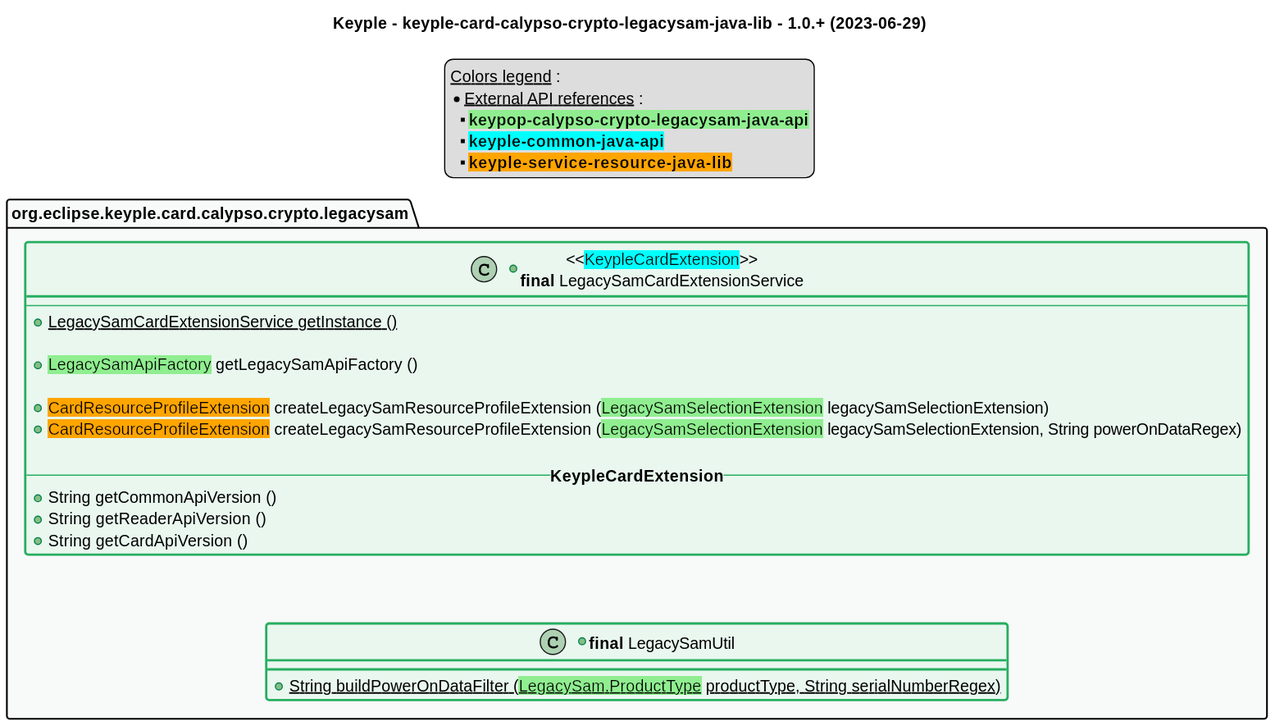
Before: src/main/uml/api_class_diagram.svg, a diagram exported from PlantUML (eclipse-keyple/keyple-card-calypso-crypto-legacysam-java-lib). The source it was exported from:
```plantuml
@startuml
title
    Keyple - keyple-card-calypso-crypto-legacysam-java-lib - 1.0.+ (2023-06-29)
end title


!define C_GREY1 F8F9F9
!define C_GREY2 F2F3F4
!define C_GREY3 E5E7E9
!define C_GREY4 D7DBDD
!define C_GREY5 CACFD2
!define C_GREY6 BDC3C7
!define C_LINK 3498DB
!define C_USE 27AE60

skinparam stereotypeABorderColor #A9DCDF
skinparam stereotypeIBorderColor #B4A7E5
skinparam stereotypeCBorderColor #ADD1B2
skinparam stereotypeEBorderColor #EB93DF

skinparam ClassBorderThickness 2
skinparam ArrowThickness 2

skinparam ClassBackgroundColor #FEFECE
skinparam ClassBorderColor #D4AC0D
skinparam ClassBackgroundColor<<red>> #FDEDEC
skinparam ClassBorderColor<<red>> #E74C3C
hide <<red>> stereotype
skinparam ClassBackgroundColor<<purple>> #F4ECF7
skinparam ClassBorderColor<<purple>> #8E44AD
hide <<purple>> stereotype
skinparam ClassBackgroundColor<<blue>> #EBF5FB
skinparam ClassBorderColor<<blue>> #3498DB
hide <<blue>> stereotype
skinparam ClassBackgroundColor<<green>> #E9F7EF
skinparam ClassBorderColor<<green>> #27AE60
hide <<green>> stereotype
skinparam ClassBackgroundColor<<grey>> #EAECEE
skinparam ClassBorderColor<<grey>> #2C3E50
hide <<grey>> stereotype


legend top
    __Colors legend__ :
    * __External API references__ :
    ** <back:lightgreen>**keypop-calypso-crypto-legacysam-java-api**</back>
    ** <back:cyan>**keyple-common-java-api**</back>
    ** <back:orange>**keyple-service-resource-java-lib**</back>
end legend

package "org.eclipse.keyple.card.calypso.crypto.legacysam" as legacysam {
    +class "<<<back:cyan>KeypleCardExtension</back>>>\n**final** LegacySamCardExtensionService" as LegacySamCardExtensionService <<green>> {
        --
        +{static} LegacySamCardExtensionService getInstance ()

        +<back:lightgreen>LegacySamApiFactory</back> getLegacySamApiFactory ()

        +<back:orange>CardResourceProfileExtension</back> createLegacySamResourceProfileExtension (<back:lightgreen>LegacySamSelectionExtension</back> legacySamSelectionExtension)
        +<back:orange>CardResourceProfileExtension</back> createLegacySamResourceProfileExtension (<back:lightgreen>LegacySamSelectionExtension</back> legacySamSelectionExtension, String powerOnDataFilter)

        -- **KeypleCardExtension** --
        +String getCommonApiVersion ()
        +String getReaderApiVersion ()
        +String getCardApiVersion ()
    }
    +class "**final** LegacySamUtil" as LegacySamUtil <<green>> {
        +{static} String buildPowerOnDataFilter (<back:lightgreen>LegacySam.ProductType</back> productType, String serialNumberRegex)
    }
}



LegacySamCardExtensionService -[hidden]- LegacySamUtil


package legacysam #C_GREY1 {}
@enduml
```
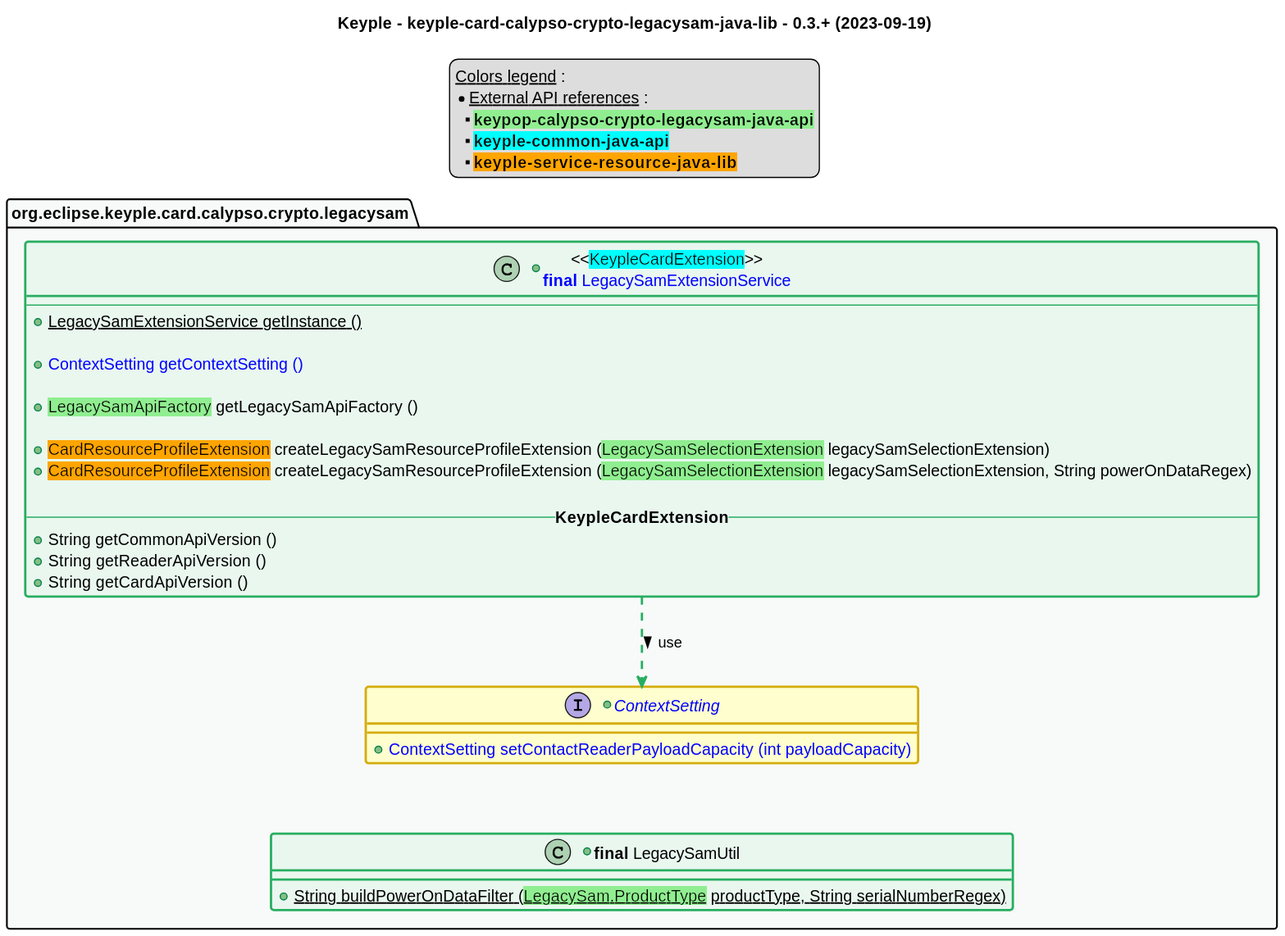
After the commit.

What changed in the source:
```diff
@@ -1,6 +1,6 @@
 @startuml
 title
-    Keyple - keyple-card-calypso-crypto-legacysam-java-lib - 1.0.+ (2023-06-29)
+    Keyple - keyple-card-calypso-crypto-legacysam-java-lib - 0.3.+ (2023-09-19)
 end title
 
 
@@ -49,19 +49,24 @@
 end legend
 
 package "org.eclipse.keyple.card.calypso.crypto.legacysam" as legacysam {
-    +class "<<<back:cyan>KeypleCardExtension</back>>>\n**final** LegacySamCardExtensionService" as LegacySamCardExtensionService <<green>> {
+    +class "<<<back:cyan>KeypleCardExtension</back>>>\n<color:blue>**final** LegacySamExtensionService" as LegacySamExtensionService <<green>> {
         --
-        +{static} LegacySamCardExtensionService getInstance ()
+        +{static} LegacySamExtensionService getInstance ()
+
+        +<color:blue>ContextSetting getContextSetting ()
 
         +<back:lightgreen>LegacySamApiFactory</back> getLegacySamApiFactory ()
 
         +<back:orange>CardResourceProfileExtension</back> createLegacySamResourceProfileExtension (<back:lightgreen>LegacySamSelectionExtension</back> legacySamSelectionExtension)
-        +<back:orange>CardResourceProfileExtension</back> createLegacySamResourceProfileExtension (<back:lightgreen>LegacySamSelectionExtension</back> legacySamSelectionExtension, String powerOnDataFilter)
+        +<back:orange>CardResourceProfileExtension</back> createLegacySamResourceProfileExtension (<back:lightgreen>LegacySamSelectionExtension</back> legacySamSelectionExtension, String powerOnDataRegex)
 
         -- **KeypleCardExtension** --
         +String getCommonApiVersion ()
         +String getReaderApiVersion ()
         +String getCardApiVersion ()
+    }
+    +interface "<color:blue>ContextSetting" as ContextSetting {
+        +<color:blue>ContextSetting setContactReaderPayloadCapacity (int payloadCapacity)
     }
     +class "**final** LegacySamUtil" as LegacySamUtil <<green>> {
         +{static} String buildPowerOnDataFilter (<back:lightgreen>LegacySam.ProductType</back> productType, String serialNumberRegex)
@@ -69,8 +74,10 @@
 }
 
 
+LegacySamExtensionService ..> ContextSetting #C_USE : use >
 
-LegacySamCardExtensionService -[hidden]- LegacySamUtil
+
+ContextSetting -[hidden]- LegacySamUtil
 
 
 package legacysam #C_GREY1 {}
```
